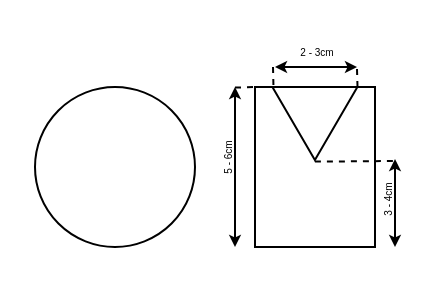
Above: Cable_Elevator.drawio in maniac0r/audio (draw.io), before the change. Source tidied: cells renumbered, new cells numbered last; positions are measured from the earlier drawing's top-left corner, leaving out a move shared by most shapes. Both pictures are drawn from the tidied source at 200%, with x=0, y=0 at pixel (34, 66).
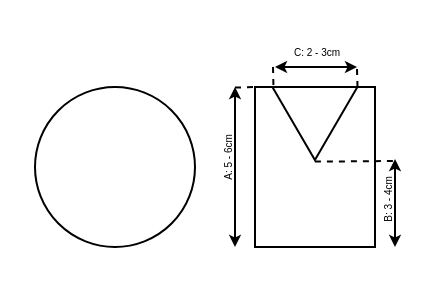
After the change.

The change refers to these unchanged cells:
```xml
<mxCell id="6" style="endArrow=classic;startArrow=classic;html=1;endSize=3;startSize=3;" parent="1" edge="1">
  <mxGeometry relative="1" as="geometry">
    <mxPoint x="180" y="90" as="sourcePoint" />
    <mxPoint x="180" y="46" as="targetPoint" />
  </mxGeometry>
</mxCell>
<mxCell id="9" style="endArrow=classic;startArrow=classic;html=1;endSize=3;startSize=3;" parent="1" edge="1">
  <mxGeometry relative="1" as="geometry">
    <mxPoint x="100" y="90" as="sourcePoint" />
    <mxPoint x="100" y="10" as="targetPoint" />
  </mxGeometry>
</mxCell>
<mxCell id="13" style="endArrow=classic;startArrow=classic;html=1;endSize=3;startSize=3;" parent="1" edge="1">
  <mxGeometry relative="1" as="geometry">
    <mxPoint x="161" as="sourcePoint" />
    <mxPoint x="120" as="targetPoint" />
  </mxGeometry>
</mxCell>
```

Change to the diagram source:
```diff
@@
-    <mxCell id="7" value="&lt;font style=&quot;font-size: 5px&quot;&gt;3 - 4cm&lt;/font&gt;" style="edgeLabel;html=1;align=center;verticalAlign=middle;rotation=-90;labelBackgroundColor=none;" parent="6" vertex="1">
+    <mxCell id="7" value="&lt;font style=&quot;font-size: 5px&quot;&gt;B: 3 - 4cm&lt;/font&gt;" style="edgeLabel;html=1;align=center;verticalAlign=middle;rotation=-90;labelBackgroundColor=none;" parent="6" vertex="1">
       <mxGeometry x="0.14" relative="1" as="geometry">
         <mxPoint x="-6" y="3" as="offset" />
       </mxGeometry>
     </mxCell>
@@
-    <mxCell id="10" value="&lt;font style=&quot;font-size: 5px&quot;&gt;5 - 6cm&lt;/font&gt;" style="edgeLabel;html=1;align=center;verticalAlign=middle;rotation=-90;labelBackgroundColor=none;" parent="9" vertex="1">
+    <mxCell id="10" value="&lt;font style=&quot;font-size: 5px&quot;&gt;A: 5 - 6cm&lt;/font&gt;" style="edgeLabel;html=1;align=center;verticalAlign=middle;rotation=-90;labelBackgroundColor=none;" parent="9" vertex="1">
       <mxGeometry x="0.14" relative="1" as="geometry">
         <mxPoint x="-6" y="3" as="offset" />
       </mxGeometry>
     </mxCell>
@@
-    <mxCell id="14" value="&lt;font style=&quot;font-size: 5px&quot;&gt;2 - 3cm&lt;/font&gt;" style="edgeLabel;html=1;align=center;verticalAlign=middle;rotation=0;labelBackgroundColor=none;" parent="13" vertex="1">
+    <mxCell id="14" value="&lt;font style=&quot;font-size: 5px&quot;&gt;C: 2 - 3cm&lt;/font&gt;" style="edgeLabel;html=1;align=center;verticalAlign=middle;rotation=0;labelBackgroundColor=none;" parent="13" vertex="1">
       <mxGeometry x="0.14" relative="1" as="geometry">
         <mxPoint x="2.5" y="-10" as="offset" />
       </mxGeometry>
     </mxCell>
```
